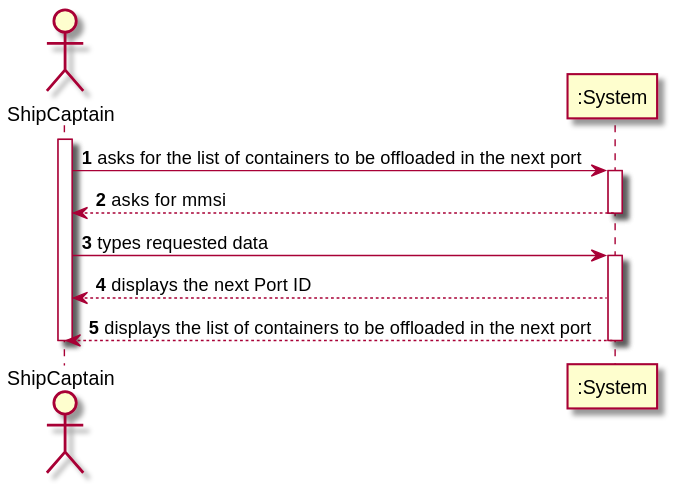
Before: docs/US205/US205_SSD.svg, a diagram exported from PlantUML (ana-albergaria/LAPR3-ISEP).
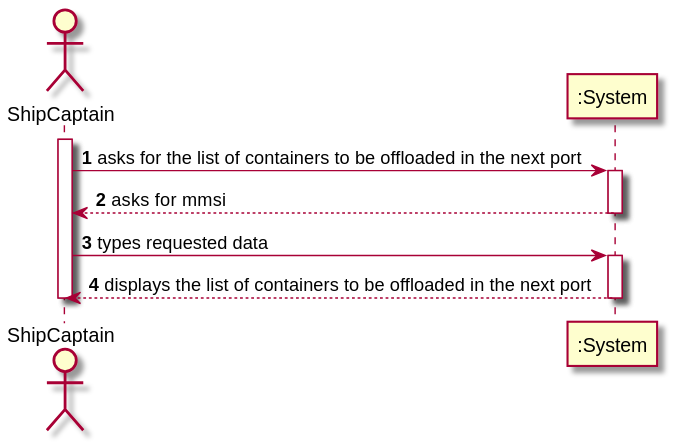
Above is the later version.

Commit message:
G54-134 #time 10m #done US205 SSD. #close

What changed in the source:
```diff
@@ -11,7 +11,6 @@
 
 C -> ":System" : types requested data
 activate ":System"
-":System" --> C : displays the next Port ID
 
 ":System" --> C : displays the list of containers to be offloaded in the next port
 deactivate ":System"
```
